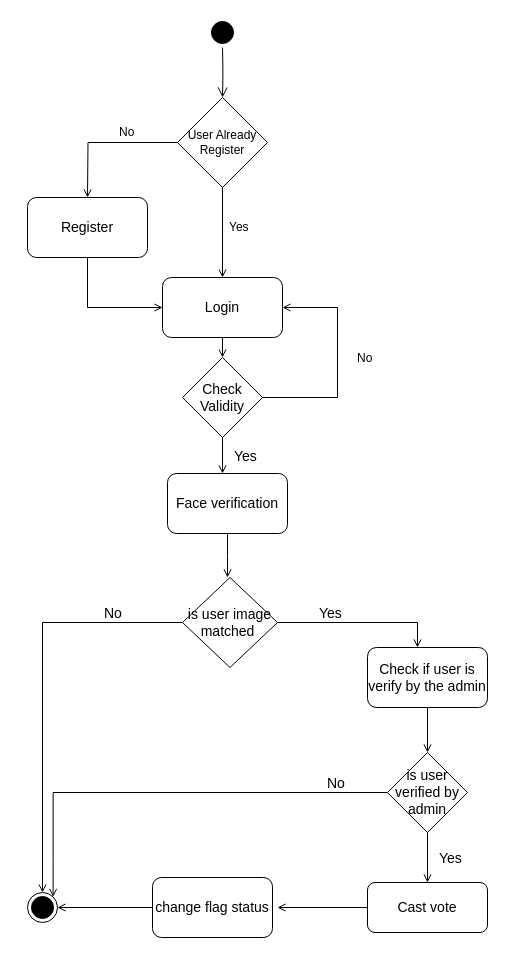
matic14/BLockVote-UML-Diagram keeps this draw.io diagram as conceptual class Diagram.drawio. Above is the earlier version. Source tidied: cells renumbered, new cells numbered last; positions are measured from the earlier drawing's top-left corner, leaving out a move shared by most shapes. Both pictures are drawn from the tidied source at 100%, with x=0, y=0 at pixel (27, 17).
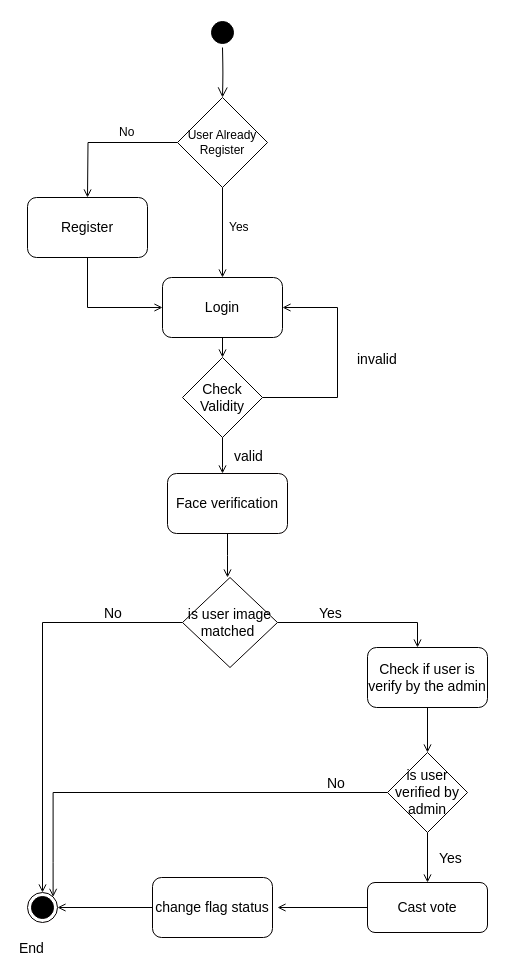
After the change.

What changed in the source:
```diff
@@
-    <mxCell id="18" value="No" style="text;html=1;align=left;verticalAlign=top;spacingTop=-4;" parent="1" vertex="1">
-      <mxGeometry x="328" y="331" width="30" height="20" as="geometry" />
+    <mxCell id="18" value="&lt;font style=&quot;font-size: 14px&quot;&gt;invalid&lt;/font&gt;" style="text;html=1;align=left;verticalAlign=top;spacingTop=-4;" parent="1" vertex="1">
+      <mxGeometry x="328" y="331" width="60" height="20" as="geometry" />
     </mxCell>
-    <mxCell id="19" value="Yes" style="text;html=1;align=left;verticalAlign=top;spacingTop=-4;fontSize=14;" parent="1" vertex="1">
-      <mxGeometry x="205" y="428" width="30" height="20" as="geometry" />
+    <mxCell id="19" value="valid" style="text;html=1;align=left;verticalAlign=top;spacingTop=-4;fontSize=14;" parent="1" vertex="1">
+      <mxGeometry x="205" y="428" width="40" height="20" as="geometry" />
     </mxCell>
@@
+    <mxCell id="38" value="End" style="text;html=1;align=left;verticalAlign=top;spacingTop=-4;fontSize=14;" parent="1" vertex="1">
+      <mxGeometry x="-10" y="920" width="40" height="20" as="geometry" />
+    </mxCell>
```
